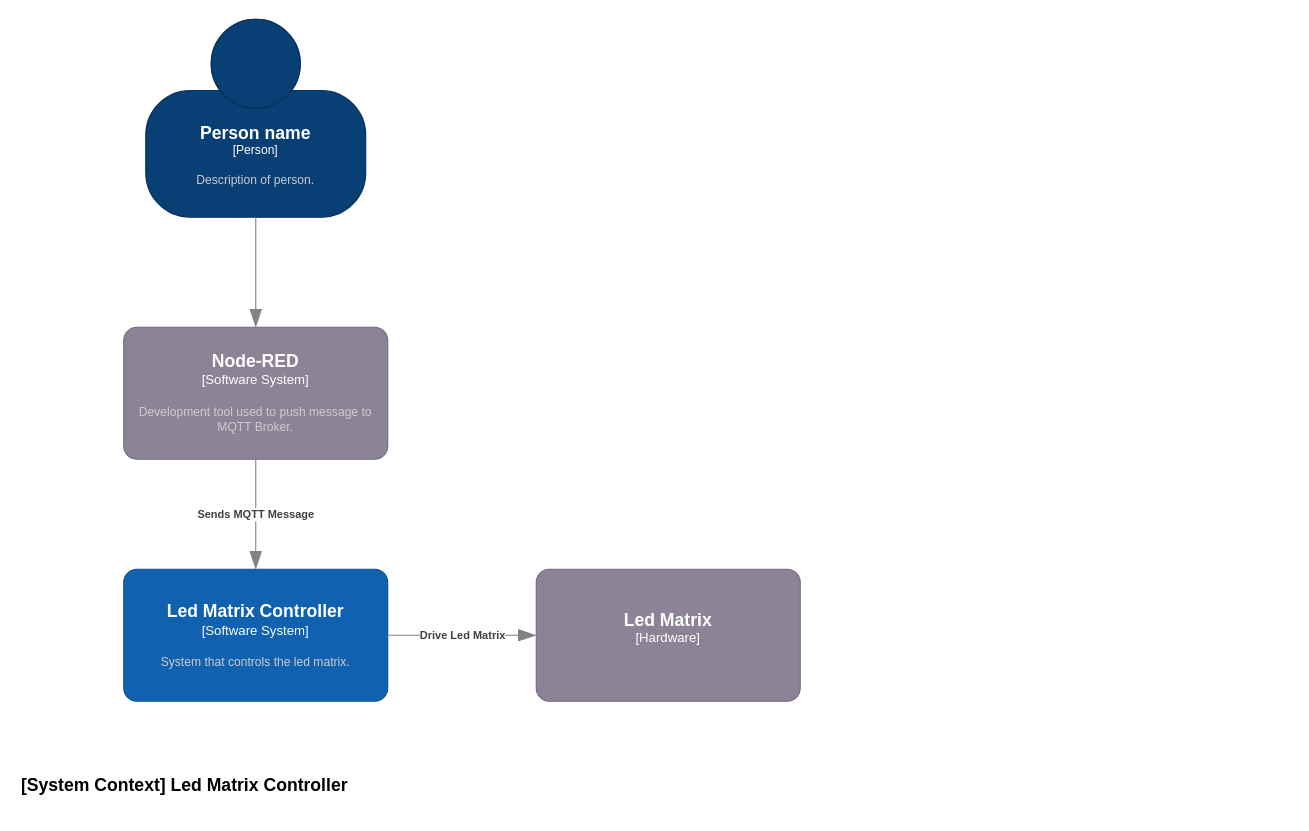
Earlier version of the draw.io diagram page "c1" (1 of 10) of doc/led_matrix_controller_design.drawio (Brentem/Led-Matrix-Controller-Brent). Source tidied: cells renumbered, new cells numbered last; positions are measured from the earlier drawing's top-left corner, leaving out a move shared by most shapes. Both pictures are drawn from the tidied source at 110%, with x=0, y=0 at pixel (19, 19).
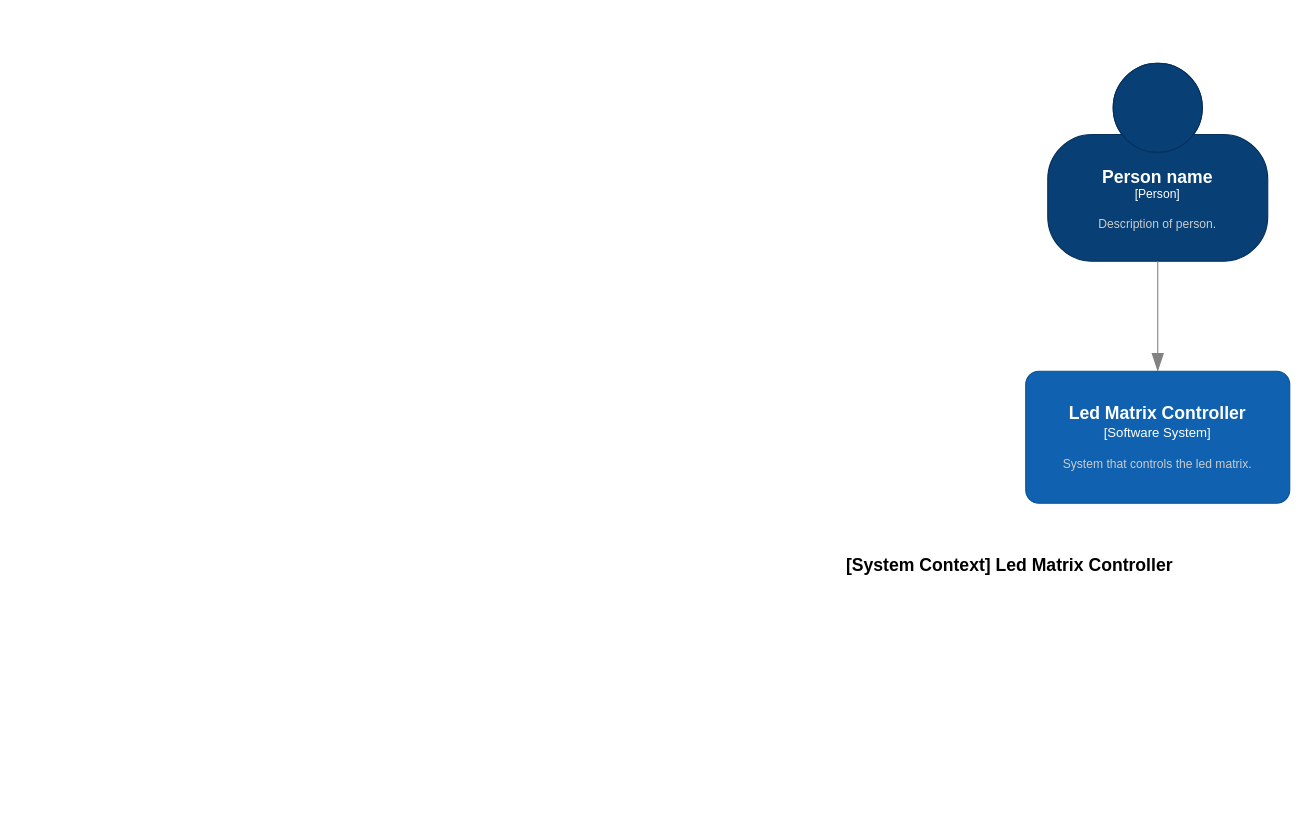
The same page after the edit.

The edit, as a diff of the source:
```diff
@@
 <mxGraphModel>
   <root>
     <mxCell id="0" />
     <mxCell id="1" parent="0" />
     <object id="2" label="&lt;font style=&quot;font-size: 16px&quot;&gt;&lt;b&gt;%c4Name%&lt;/b&gt;&lt;/font&gt;&lt;div&gt;[%c4Type%]&lt;/div&gt;&lt;br&gt;&lt;div&gt;&lt;font style=&quot;font-size: 11px&quot;&gt;&lt;font color=&quot;#cccccc&quot;&gt;%c4Description%&lt;/font&gt;&lt;/div&gt;" c4Description="Description of person." c4Name="Person name" c4Type="Person" placeholders="1">
       <mxCell style="html=1;fontSize=11;dashed=0;whiteSpace=wrap;fillColor=#083F75;strokeColor=#06315C;fontColor=#ffffff;shape=mxgraph.c4.person2;align=center;points=[[0.5,0,0],[1,0.5,0],[1,0.75,0],[0.75,1,0],[0.5,1,0],[0.25,1,0],[0,0.75,0],[0,0.5,0]];" parent="1" vertex="1">
-        <mxGeometry x="115" width="200" height="180" as="geometry" />
+        <mxGeometry x="935" y="40" width="200" height="180" as="geometry" />
       </mxCell>
     </object>
-    <object id="3" label="&lt;font style=&quot;font-size: 16px&quot;&gt;&lt;b&gt;%c4Name%&lt;/b&gt;&lt;/font&gt;&lt;div&gt;[%c4Type%]&lt;/div&gt;&lt;br&gt;&lt;div&gt;&lt;font style=&quot;font-size: 11px&quot;&gt;&lt;font color=&quot;#cccccc&quot;&gt;%c4Description%&lt;/font&gt;&lt;/div&gt;" c4Description="Development tool used to push message to MQTT Broker." c4Name="Node-RED" c4Type="Software System" placeholders="1">
-      <mxCell style="rounded=1;whiteSpace=wrap;html=1;labelBackgroundColor=none;fillColor=#8C8496;fontColor=#ffffff;align=center;arcSize=10;strokeColor=#736782;points=[[0.25,0,0],[0.5,0,0],[0.75,0,0],[1,0.25,0],[1,0.5,0],[1,0.75,0],[0.75,1,0],[0.5,1,0],[0.25,1,0],[0,0.75,0],[0,0.5,0],[0,0.25,0]];" parent="1" vertex="1">
-        <mxGeometry x="95" y="280" width="240" height="120" as="geometry" />
-      </mxCell>
-    </object>
-    <mxCell id="4" style="endArrow=blockThin;html=1;fontSize=10;fontColor=#404040;strokeWidth=1;endFill=1;strokeColor=#828282;elbow=vertical;endSize=14;startSize=14;jumpStyle=arc;jumpSize=16;rounded=0;edgeStyle=orthogonalEdgeStyle;exitX=0.5;exitY=1;exitDx=0;exitDy=0;exitPerimeter=0;" parent="1" edge="1" source="2" target="3">
-      <mxGeometry relative="1" as="geometry" />
-    </mxCell>
+    <mxCell id="10" style="endArrow=blockThin;html=1;fontSize=10;fontColor=#404040;strokeWidth=1;endFill=1;strokeColor=#828282;elbow=vertical;endSize=14;startSize=14;jumpStyle=arc;jumpSize=16;rounded=0;edgeStyle=orthogonalEdgeStyle;exitX=0.5;exitY=1;exitDx=0;exitDy=0;exitPerimeter=0;" parent="1" edge="1" source="2">
+      <mxGeometry relative="1" as="geometry">
+        <mxPoint x="1035" y="320" as="targetPoint" />
+      </mxGeometry>
+    </mxCell>
     <object id="5" label="&lt;font style=&quot;font-size: 16px&quot;&gt;&lt;b&gt;&lt;div style=&quot;text-align: left&quot;&gt;%c4Name%&lt;/div&gt;&lt;/b&gt;&lt;/font&gt;&lt;div style=&quot;text-align: left&quot;&gt;%c4Description%&lt;/div&gt;" c4Description="" c4Name="[System Context] Led Matrix Controller" placeholders="1">
       <mxCell style="text;html=1;strokeColor=none;fillColor=none;align=left;verticalAlign=top;whiteSpace=wrap;rounded=0;" parent="1" vertex="1">
-        <mxGeometry y="680" width="315" height="40" as="geometry" />
+        <mxGeometry x="750" y="480" width="315" height="40" as="geometry" />
       </mxCell>
     </object>
-    <object id="6" label="&lt;div style=&quot;text-align: left&quot;&gt;&lt;div style=&quot;text-align: center&quot;&gt;&lt;b&gt;%c4Description%&lt;/b&gt;&lt;/div&gt;" c4Description="Sends MQTT Message" placeholders="1">
-      <mxCell style="endArrow=blockThin;html=1;fontSize=10;fontColor=#404040;strokeWidth=1;endFill=1;strokeColor=#828282;elbow=vertical;endSize=14;startSize=14;jumpStyle=arc;jumpSize=16;rounded=0;edgeStyle=orthogonalEdgeStyle;exitX=0.5;exitY=1;exitDx=0;exitDy=0;exitPerimeter=0;" parent="1" edge="1" source="3" target="7">
-        <mxGeometry relative="1" as="geometry" />
-      </mxCell>
-    </object>
     <object id="7" label="&lt;font style=&quot;font-size: 16px&quot;&gt;&lt;b&gt;%c4Name%&lt;/b&gt;&lt;/font&gt;&lt;div&gt;[%c4Type%]&lt;/div&gt;&lt;br&gt;&lt;div&gt;&lt;font style=&quot;font-size: 11px&quot;&gt;&lt;font color=&quot;#cccccc&quot;&gt;%c4Description%&lt;/font&gt;&lt;/div&gt;" c4Description="System that controls the led matrix." c4Name="Led Matrix Controller" c4Type="Software System" placeholders="1">
       <mxCell style="rounded=1;whiteSpace=wrap;html=1;labelBackgroundColor=none;fillColor=#1061B0;fontColor=#ffffff;align=center;arcSize=10;strokeColor=#0D5091;points=[[0.25,0,0],[0.5,0,0],[0.75,0,0],[1,0.25,0],[1,0.5,0],[1,0.75,0],[0.75,1,0],[0.5,1,0],[0.25,1,0],[0,0.75,0],[0,0.5,0],[0,0.25,0]];" parent="1" vertex="1">
-        <mxGeometry x="95" y="500" width="240" height="120" as="geometry" />
+        <mxGeometry x="915" y="320" width="240" height="120" as="geometry" />
       </mxCell>
     </object>
-    <object id="8" label="&lt;font style=&quot;font-size: 16px&quot;&gt;&lt;b&gt;%c4Name%&lt;/b&gt;&lt;/font&gt;&lt;div&gt;[%c4Type%]&lt;/div&gt;&lt;br&gt;&lt;div&gt;&lt;font style=&quot;font-size: 11px&quot;&gt;&lt;font color=&quot;#cccccc&quot;&gt;%c4Description%&lt;/font&gt;&lt;/div&gt;" c4Description="" c4Name="Led Matrix" c4Type="Hardware" placeholders="1">
-      <mxCell style="rounded=1;whiteSpace=wrap;html=1;labelBackgroundColor=none;fillColor=#8C8496;fontColor=#ffffff;align=center;arcSize=10;strokeColor=#736782;points=[[0.25,0,0],[0.5,0,0],[0.75,0,0],[1,0.25,0],[1,0.5,0],[1,0.75,0],[0.75,1,0],[0.5,1,0],[0.25,1,0],[0,0.75,0],[0,0.5,0],[0,0.25,0]];" parent="1" vertex="1">
-        <mxGeometry x="470" y="500" width="240" height="120" as="geometry" />
-      </mxCell>
-    </object>
-    <object id="9" label="&lt;div style=&quot;text-align: left&quot;&gt;&lt;div style=&quot;text-align: center&quot;&gt;&lt;b&gt;%c4Description%&lt;/b&gt;&lt;/div&gt;" c4Description="Drive Led Matrix" placeholders="1">
-      <mxCell style="endArrow=blockThin;html=1;fontSize=10;fontColor=#404040;strokeWidth=1;endFill=1;strokeColor=#828282;elbow=vertical;endSize=14;startSize=14;jumpStyle=arc;jumpSize=16;rounded=0;edgeStyle=orthogonalEdgeStyle;exitX=1;exitY=0.5;exitDx=0;exitDy=0;exitPerimeter=0;entryX=0;entryY=0.5;entryDx=0;entryDy=0;entryPerimeter=0;" parent="1" edge="1" source="7" target="8">
-        <mxGeometry relative="1" as="geometry" />
-      </mxCell>
-    </object>
   </root>
 </mxGraphModel>
```
